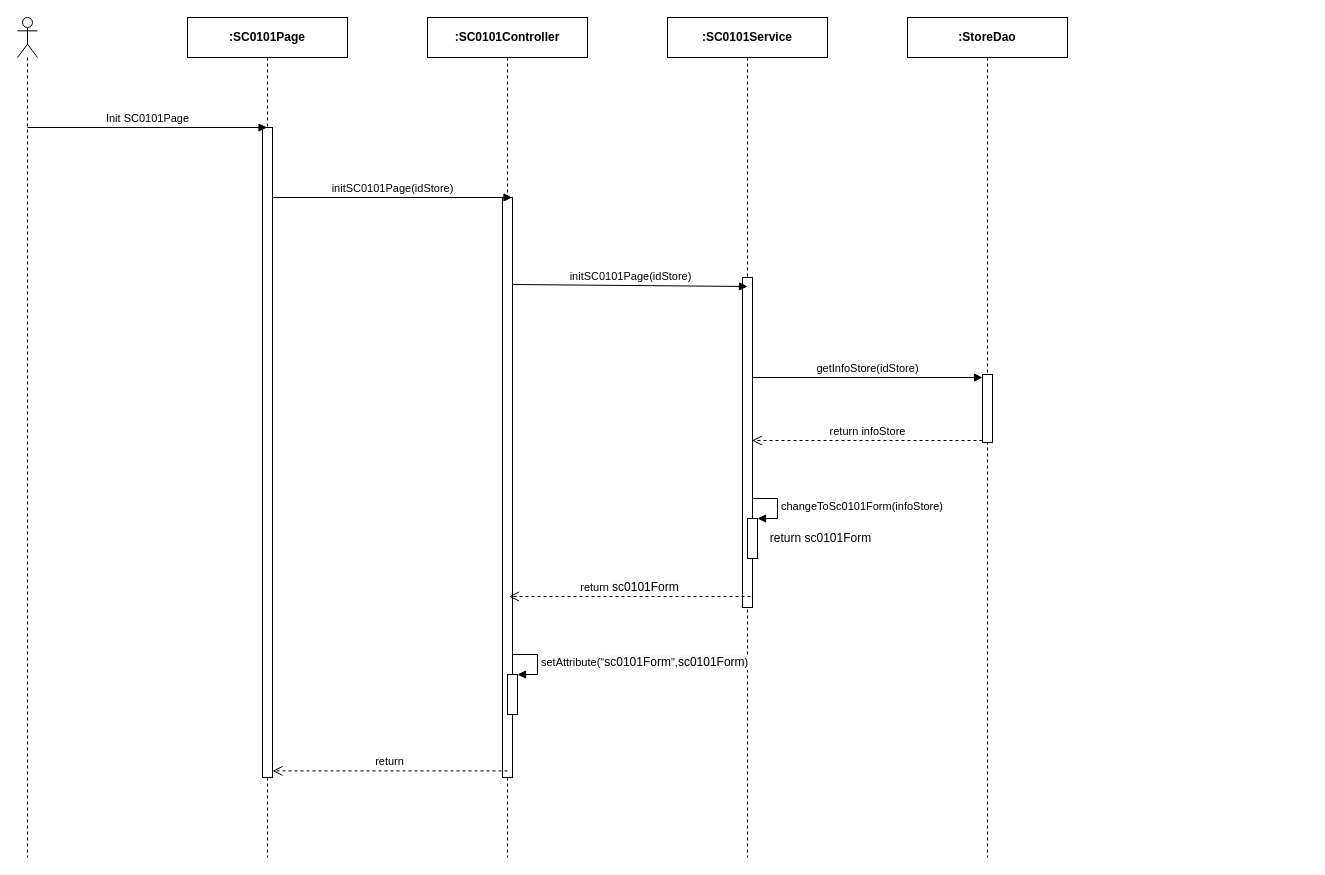
Earlier version of the draw.io diagram page "Ev01" (1 of 7) of 1. Review/SEQ Diagram/sc01/SC0101_StoreDetail.drawio (luannmdev/CapstoneDocument). Source tidied: cells renumbered, new cells numbered last; positions are measured from the earlier drawing's top-left corner, leaving out a move shared by most shapes. Both pictures are drawn from the tidied source at 100%, with x=0, y=0 at pixel (17, 17).
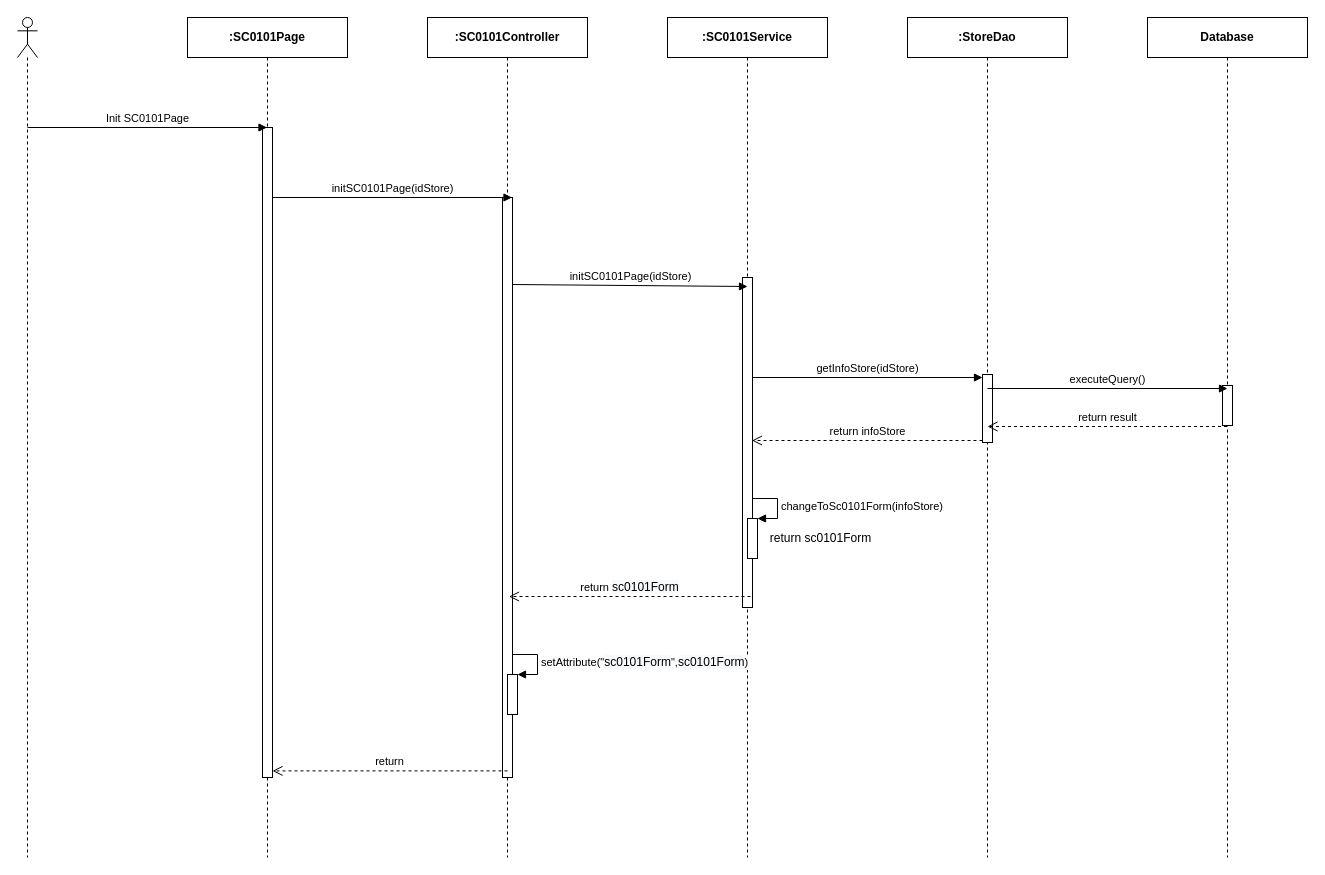
The same page after the edit.

Change to the diagram source:
```diff
@@
+    <mxCell id="23" value="&lt;b&gt;Database&lt;/b&gt;" style="shape=umlLifeline;perimeter=lifelinePerimeter;whiteSpace=wrap;html=1;" parent="1" vertex="1">
+      <mxGeometry x="1130" width="160" height="840" as="geometry" />
+    </mxCell>
+    <mxCell id="24" style="html=1;perimeter=orthogonalPerimeter;" parent="23" vertex="1">
+      <mxGeometry x="75" y="368" width="10" height="40" as="geometry" />
+    </mxCell>
+    <mxCell id="25" value="executeQuery()" style="html=1;verticalAlign=bottom;endArrow=block;" parent="1" edge="1">
+      <mxGeometry relative="1" as="geometry">
+        <mxPoint x="970" y="371" as="sourcePoint" />
+        <mxPoint x="1210" y="371" as="targetPoint" />
+      </mxGeometry>
+    </mxCell>
+    <mxCell id="26" value="return result" style="html=1;verticalAlign=bottom;endArrow=open;dashed=1;endSize=8;" parent="1" edge="1">
+      <mxGeometry relative="1" as="geometry">
+        <mxPoint x="1209.5" y="409" as="sourcePoint" />
+        <mxPoint x="970" y="409" as="targetPoint" />
+      </mxGeometry>
+    </mxCell>
```
